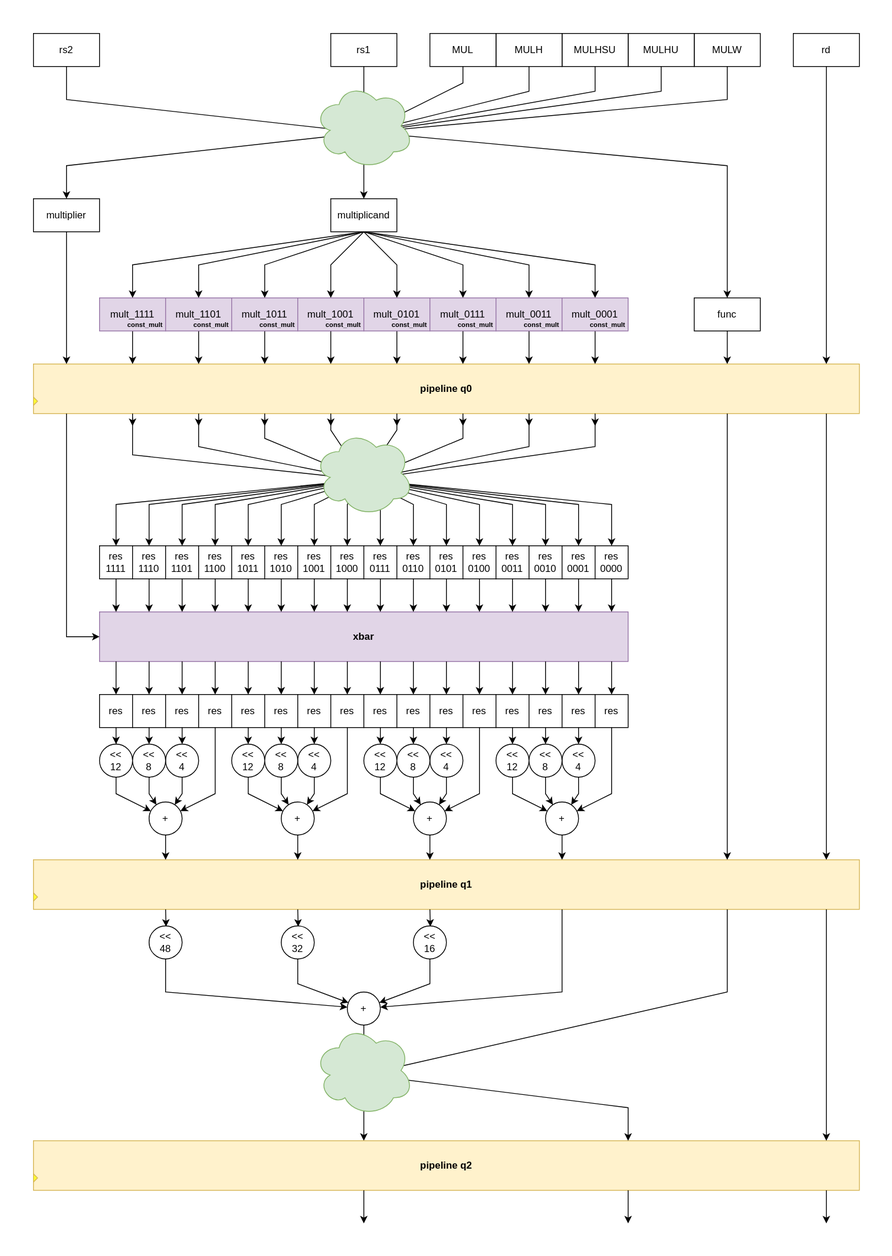
Before: document/rtl/exe_m64_mult_des.svg, a diagram exported from draw.io (squared-studio/maverickOne). Source tidied: cells renumbered, new cells last; positions are measured from the earlier drawing's top-left corner, leaving out a move shared by most shapes.
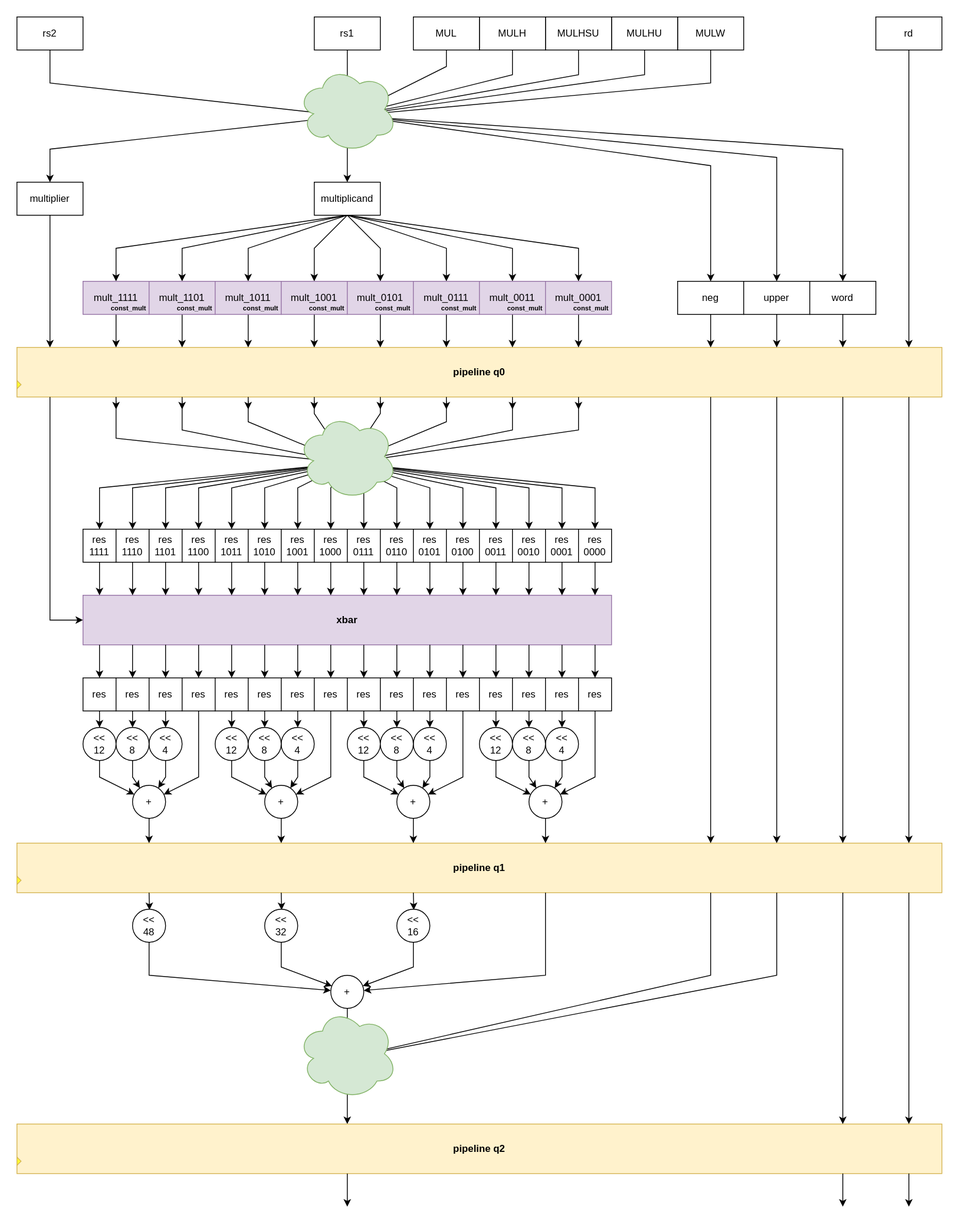
After the commit.

The edit, as a diff of the source:
```diff
@@ -3,7 +3,7 @@
     <mxCell id="0" />
     <mxCell id="1" parent="0" />
     <mxCell id="2" style="whiteSpace=wrap;html=1;strokeColor=none;" parent="1" vertex="1">
-      <mxGeometry width="1080" height="1520" as="geometry" />
+      <mxGeometry x="20" y="20" width="1160" height="1490" as="geometry" />
     </mxCell>
     <mxCell id="3" style="endArrow=classic;html=1;rounded=0;exitDx=0;exitDy=0;" parent="1" edge="1" source="208">
       <mxGeometry relative="1" as="geometry">
@@ -155,7 +155,7 @@
       </mxGeometry>
     </mxCell>
     <mxCell id="20" value="pipeline q0" style="rounded=0;whiteSpace=wrap;html=1;fillColor=#fff2cc;strokeColor=#d6b656;fontStyle=1;" parent="1" vertex="1">
-      <mxGeometry x="40" y="440" width="1000" height="60" as="geometry" />
+      <mxGeometry x="40" y="440" width="1120" height="60" as="geometry" />
     </mxCell>
     <mxCell id="21" style="triangle;whiteSpace=wrap;html=1;fillColor=#FFFF33;strokeColor=#d6b656;" parent="1" vertex="1">
       <mxGeometry x="40" y="480" width="5" height="10" as="geometry" />
@@ -963,7 +963,7 @@
       <mxGeometry x="660" y="970" width="40" height="40" as="geometry" />
     </mxCell>
     <mxCell id="174" value="pipeline q1" style="rounded=0;whiteSpace=wrap;html=1;fillColor=#fff2cc;strokeColor=#d6b656;fontStyle=1;" parent="1" vertex="1">
-      <mxGeometry x="40" y="1040" width="1000" height="60" as="geometry" />
+      <mxGeometry x="40" y="1040" width="1120" height="60" as="geometry" />
     </mxCell>
     <mxCell id="175" style="triangle;whiteSpace=wrap;html=1;fillColor=#FFFF33;strokeColor=#d6b656;" parent="1" vertex="1">
       <mxGeometry x="40" y="1080" width="5" height="10" as="geometry" />
@@ -1000,13 +1000,13 @@
     </mxCell>
     <mxCell id="181" style="edgeStyle=none;jettySize=auto;html=1;rounded=0;exitX=0.5;exitY=1;exitDx=0;exitDy=0;" parent="1" edge="1" source="220">
       <mxGeometry relative="1" as="geometry">
-        <mxPoint x="1000" y="440" as="targetPoint" />
+        <mxPoint x="1120" y="440" as="targetPoint" />
       </mxGeometry>
     </mxCell>
     <mxCell id="182" style="edgeStyle=none;orthogonalLoop=1;jettySize=auto;html=1;rounded=0;" parent="1" edge="1">
       <mxGeometry relative="1" as="geometry">
-        <mxPoint x="1000" y="500" as="sourcePoint" />
-        <mxPoint x="1000" y="1040" as="targetPoint" />
+        <mxPoint x="960" y="500" as="sourcePoint" />
+        <mxPoint x="960" y="1040" as="targetPoint" />
       </mxGeometry>
     </mxCell>
     <mxCell id="183" value="&amp;lt;&amp;lt;&lt;div&gt;4&lt;/div&gt;" style="ellipse;whiteSpace=wrap;html=1;" parent="1" vertex="1">
@@ -1099,7 +1099,7 @@
       </mxGeometry>
     </mxCell>
     <mxCell id="205" value="pipeline q2" style="rounded=0;whiteSpace=wrap;html=1;fillColor=#fff2cc;strokeColor=#d6b656;fontStyle=1;" parent="1" vertex="1">
-      <mxGeometry x="40" y="1380" width="1000" height="60" as="geometry" />
+      <mxGeometry x="40" y="1380" width="1120" height="60" as="geometry" />
     </mxCell>
     <mxCell id="206" style="triangle;whiteSpace=wrap;html=1;fillColor=#FFFF33;strokeColor=#d6b656;" parent="1" vertex="1">
       <mxGeometry x="40" y="1420" width="5" height="10" as="geometry" />
@@ -1120,8 +1120,8 @@
     </mxCell>
     <mxCell id="210" style="edgeStyle=none;orthogonalLoop=1;jettySize=auto;html=1;rounded=0;" parent="1" edge="1">
       <mxGeometry relative="1" as="geometry">
-        <mxPoint x="1000" y="1100" as="sourcePoint" />
-        <mxPoint x="1000" y="1380" as="targetPoint" />
+        <mxPoint x="1120" y="1100" as="sourcePoint" />
+        <mxPoint x="1120" y="1380" as="targetPoint" />
       </mxGeometry>
     </mxCell>
     <mxCell id="211" style="endArrow=classic;html=1;rounded=0;exitDx=0;exitDy=0;" parent="1" edge="1">
@@ -1132,8 +1132,8 @@
     </mxCell>
     <mxCell id="212" style="endArrow=classic;html=1;rounded=0;exitDx=0;exitDy=0;" parent="1" edge="1">
       <mxGeometry relative="1" as="geometry">
-        <mxPoint x="1000" y="1440" as="sourcePoint" />
-        <mxPoint x="1000" y="1480" as="targetPoint" />
+        <mxPoint x="1120" y="1440" as="sourcePoint" />
+        <mxPoint x="1120" y="1480" as="targetPoint" />
       </mxGeometry>
     </mxCell>
     <mxCell id="213" value="rs2" style="rounded=0;whiteSpace=wrap;html=1;" parent="1" vertex="1">
@@ -1158,7 +1158,7 @@
       <mxGeometry x="520" y="40" width="80" height="40" as="geometry" />
     </mxCell>
     <mxCell id="220" value="rd" style="rounded=0;whiteSpace=wrap;html=1;" parent="1" vertex="1">
-      <mxGeometry x="960" y="40" width="80" height="40" as="geometry" />
+      <mxGeometry x="1080" y="40" width="80" height="40" as="geometry" />
     </mxCell>
     <mxCell id="221" style="endArrow=classic;html=1;rounded=0;entryX=0.5;entryY=0;entryDx=0;entryDy=0;" parent="1" edge="1" target="82">
       <mxGeometry relative="1" as="geometry">
@@ -1234,25 +1234,16 @@
         <mxPoint x="440" y="240" as="targetPoint" />
       </mxGeometry>
     </mxCell>
-    <mxCell id="230" style="endArrow=classic;html=1;rounded=0;exitDx=0;exitDy=0;" parent="1" edge="1">
-      <mxGeometry relative="1" as="geometry">
-        <mxPoint x="760" y="1440" as="sourcePoint" />
-        <mxPoint x="760" y="1480" as="targetPoint" />
-      </mxGeometry>
-    </mxCell>
     <mxCell id="231" style="endArrow=classic;html=1;rounded=0;" parent="1" edge="1">
       <mxGeometry relative="1" as="geometry">
         <mxPoint x="450" y="160" as="sourcePoint" />
         <mxPoint x="880" y="360" as="targetPoint" />
         <Array as="points">
-          <mxPoint x="880" y="200" />
+          <mxPoint x="880" y="220" />
         </Array>
       </mxGeometry>
     </mxCell>
-    <mxCell id="232" style="ellipse;shape=cloud;whiteSpace=wrap;html=1;fillColor=#d5e8d4;strokeColor=#82b366;" parent="1" vertex="1">
-      <mxGeometry x="380" y="100" width="120" height="104" as="geometry" />
-    </mxCell>
-    <mxCell id="233" value="func" style="rounded=0;whiteSpace=wrap;html=1;" parent="1" vertex="1">
+    <mxCell id="233" value="neg" style="rounded=0;whiteSpace=wrap;html=1;" parent="1" vertex="1">
       <mxGeometry x="840" y="360" width="80" height="40" as="geometry" />
     </mxCell>
     <mxCell id="234" style="edgeStyle=none;orthogonalLoop=1;jettySize=auto;html=1;rounded=0;" parent="1" edge="1">
@@ -1261,15 +1252,76 @@
         <mxPoint x="880" y="440" as="targetPoint" />
       </mxGeometry>
     </mxCell>
-    <mxCell id="235" style="endArrow=classic;html=1;rounded=0;" parent="1" edge="1">
-      <mxGeometry relative="1" as="geometry">
-        <mxPoint x="440" y="1300" as="sourcePoint" />
-        <mxPoint x="760" y="1380" as="targetPoint" />
-        <Array as="points">
-          <mxPoint x="760" y="1340" />
-        </Array>
-      </mxGeometry>
-    </mxCell>
+    <mxCell id="237" value="upper" style="rounded=0;whiteSpace=wrap;html=1;" parent="1" vertex="1">
+      <mxGeometry x="920" y="360" width="80" height="40" as="geometry" />
+    </mxCell>
+    <mxCell id="238" value="word" style="rounded=0;whiteSpace=wrap;html=1;" parent="1" vertex="1">
+      <mxGeometry x="1000" y="360" width="80" height="40" as="geometry" />
+    </mxCell>
+    <mxCell id="239" style="endArrow=classic;html=1;rounded=0;entryX=0.5;entryY=0;entryDx=0;entryDy=0;" parent="1" edge="1" target="238">
+      <mxGeometry relative="1" as="geometry">
+        <mxPoint x="450" y="160" as="sourcePoint" />
+        <Array as="points">
+          <mxPoint x="1040" y="200" />
+        </Array>
+      </mxGeometry>
+    </mxCell>
+    <mxCell id="240" style="endArrow=classic;html=1;rounded=0;entryX=0.5;entryY=0;entryDx=0;entryDy=0;" parent="1" edge="1" target="237">
+      <mxGeometry relative="1" as="geometry">
+        <mxPoint x="450" y="160" as="sourcePoint" />
+        <Array as="points">
+          <mxPoint x="960" y="210" />
+        </Array>
+      </mxGeometry>
+    </mxCell>
+    <mxCell id="241" style="edgeStyle=none;orthogonalLoop=1;jettySize=auto;html=1;rounded=0;" parent="1" edge="1">
+      <mxGeometry relative="1" as="geometry">
+        <mxPoint x="960" y="400" as="sourcePoint" />
+        <mxPoint x="960" y="440" as="targetPoint" />
+      </mxGeometry>
+    </mxCell>
+    <mxCell id="242" style="edgeStyle=none;orthogonalLoop=1;jettySize=auto;html=1;rounded=0;" parent="1" edge="1">
+      <mxGeometry relative="1" as="geometry">
+        <mxPoint x="1040" y="400" as="sourcePoint" />
+        <mxPoint x="1040" y="440" as="targetPoint" />
+      </mxGeometry>
+    </mxCell>
+    <mxCell id="232" style="ellipse;shape=cloud;whiteSpace=wrap;html=1;fillColor=#d5e8d4;strokeColor=#82b366;" parent="1" vertex="1">
+      <mxGeometry x="380" y="100" width="120" height="104" as="geometry" />
+    </mxCell>
+    <mxCell id="243" style="edgeStyle=none;orthogonalLoop=1;jettySize=auto;html=1;rounded=0;" parent="1" edge="1">
+      <mxGeometry relative="1" as="geometry">
+        <mxPoint x="1040" y="1100" as="sourcePoint" />
+        <mxPoint x="1040" y="1380" as="targetPoint" />
+      </mxGeometry>
+    </mxCell>
+    <mxCell id="244" style="edgeStyle=none;orthogonalLoop=1;jettySize=auto;html=1;rounded=0;" parent="1" edge="1">
+      <mxGeometry relative="1" as="geometry">
+        <mxPoint x="1120" y="500" as="sourcePoint" />
+        <mxPoint x="1120" y="1040" as="targetPoint" />
+      </mxGeometry>
+    </mxCell>
+    <mxCell id="245" style="endArrow=classic;html=1;rounded=0;exitDx=0;exitDy=0;" parent="1" edge="1">
+      <mxGeometry relative="1" as="geometry">
+        <mxPoint x="1040" y="1440" as="sourcePoint" />
+        <mxPoint x="1040" y="1480" as="targetPoint" />
+      </mxGeometry>
+    </mxCell>
+    <mxCell id="246" style="edgeStyle=none;orthogonalLoop=1;jettySize=auto;html=1;rounded=0;" parent="1" edge="1">
+      <mxGeometry relative="1" as="geometry">
+        <mxPoint x="1040" y="500" as="sourcePoint" />
+        <mxPoint x="1040" y="1040" as="targetPoint" />
+      </mxGeometry>
+    </mxCell>
+    <mxCell id="247" style="edgeStyle=none;orthogonalLoop=1;jettySize=auto;html=1;rounded=0;" parent="1" edge="1">
+      <mxGeometry relative="1" as="geometry">
+        <mxPoint x="960" y="1100" as="sourcePoint" />
+        <mxPoint x="440" y="1300" as="targetPoint" />
+        <Array as="points">
+          <mxPoint x="960" y="1200" />
+        </Array>
+      </mxGeometry>
+    </mxCell>
     <mxCell id="236" style="ellipse;shape=cloud;whiteSpace=wrap;html=1;fillColor=#d5e8d4;strokeColor=#82b366;" parent="1" vertex="1">
       <mxGeometry x="380" y="1240" width="120" height="110" as="geometry" />
     </mxCell>
```
